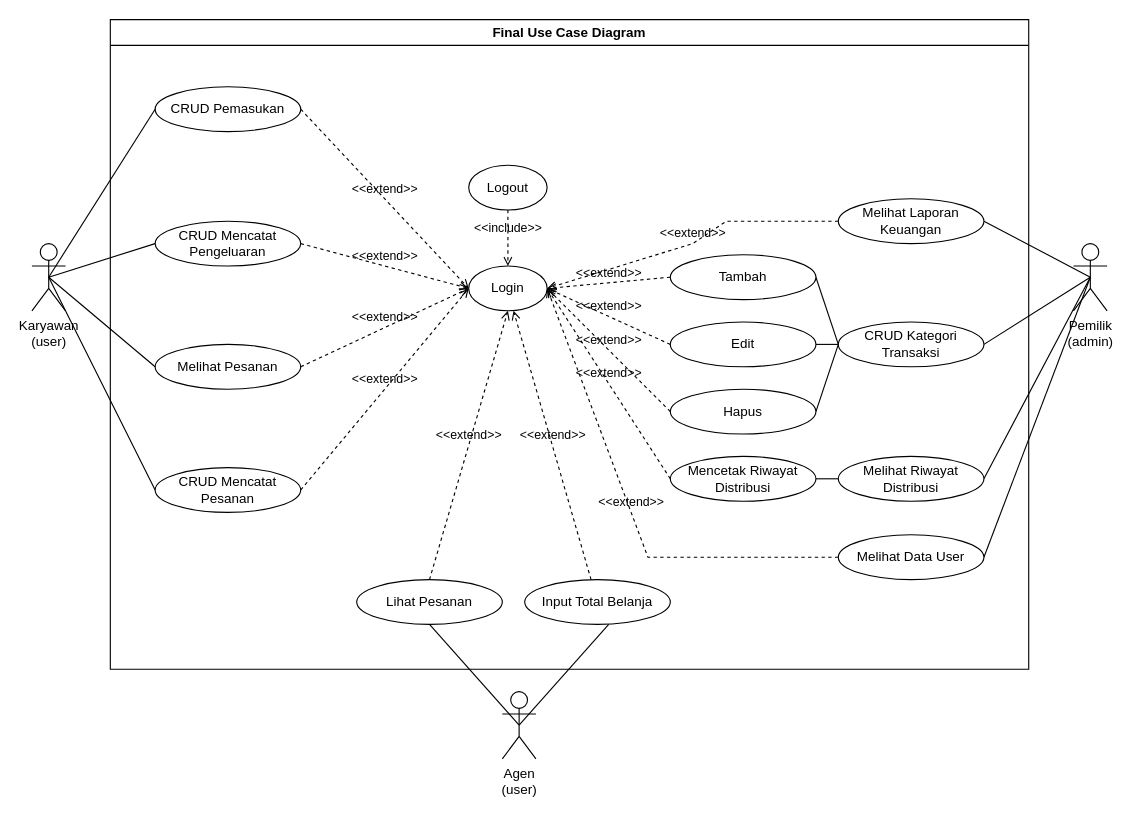
Before: page "use case final" (3 of 13) of Doc/UseCase/Feby-1.drawio in gustitriprayoga/sistem-umkm-feby, a draw.io diagram. Source tidied: cells renumbered, new cells numbered last; positions are measured from the earlier drawing's top-left corner, leaving out a move shared by most shapes. Both pictures are drawn from the tidied source at 112%, with x=0, y=0 at pixel (31, 19).
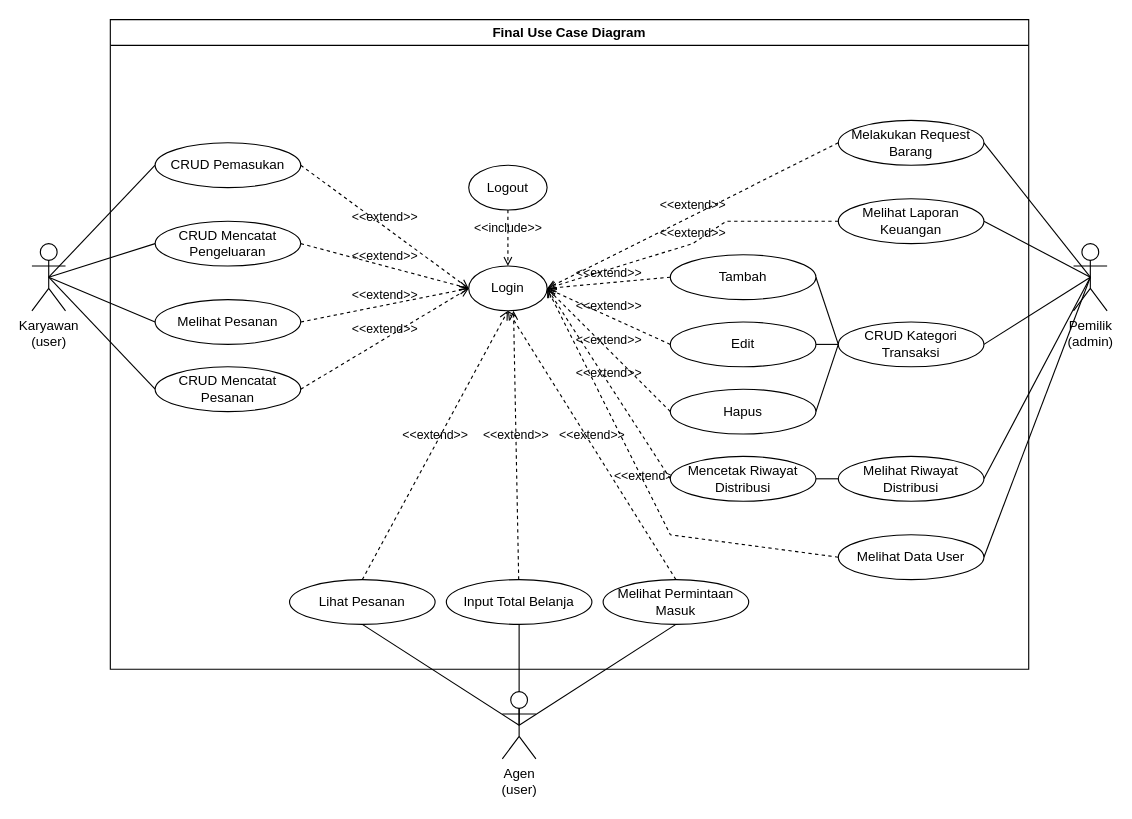
The same diagram, later.

The change refers to these unchanged cells:
```xml
<mxCell id="6" value="Pemilik&lt;div&gt;(admin)&lt;/div&gt;" style="shape=umlActor;verticalLabelPosition=bottom;verticalAlign=top;html=1;outlineConnect=0;" parent="1" vertex="1">
  <mxGeometry x="930" y="200" width="30" height="60" as="geometry" />
</mxCell>
<mxCell id="7" value="Login" style="ellipse;whiteSpace=wrap;html=1;" parent="1" vertex="1">
  <mxGeometry x="390" y="220" width="70" height="40" as="geometry" />
</mxCell>
<mxCell id="25" value="Melihat Data User" style="ellipse;whiteSpace=wrap;html=1;" parent="1" vertex="1">
  <mxGeometry x="720" y="460" width="130" height="40" as="geometry" />
</mxCell>
<mxCell id="28" value="Agen&lt;div&gt;(user)&lt;/div&gt;" style="shape=umlActor;verticalLabelPosition=bottom;verticalAlign=top;html=1;outlineConnect=0;" parent="1" vertex="1">
  <mxGeometry x="420" y="600" width="30" height="60" as="geometry" />
</mxCell>
<mxCell id="42" value="Final Use Case Diagram" style="swimlane;whiteSpace=wrap;html=1;" parent="1" vertex="1">
  <mxGeometry x="70" width="820" height="580" as="geometry" />
</mxCell>
```

Diff of the diagram source:
```diff
@@
+    <mxCell id="51" style="rounded=0;jettySize=auto;html=1;exitX=0.5;exitY=0.5;exitDx=0;exitDy=0;exitPerimeter=0;entryX=1;entryY=0.5;entryDx=0;entryDy=0;endArrow=none;startFill=0;" parent="1" edge="1" source="6" target="53">
+      <mxGeometry relative="1" as="geometry" />
+    </mxCell>
@@
-    <mxCell id="9" value="CRUD Pemasukan" style="ellipse;whiteSpace=wrap;html=1;" parent="1" vertex="1">
-      <mxGeometry x="110" y="60" width="130" height="40" as="geometry" />
-    </mxCell>
@@
-    <mxCell id="11" value="Melihat Pesanan" style="ellipse;whiteSpace=wrap;html=1;" parent="1" vertex="1">
-      <mxGeometry x="110" y="290" width="130" height="40" as="geometry" />
-    </mxCell>
-    <mxCell id="12" value="CRUD Mencatat Pesanan" style="ellipse;whiteSpace=wrap;html=1;" parent="1" vertex="1">
-      <mxGeometry x="110" y="400" width="130" height="40" as="geometry" />
-    </mxCell>
@@
-    <mxCell id="27" style="rounded=0;jettySize=auto;html=1;exitX=0.5;exitY=0.5;exitDx=0;exitDy=0;exitPerimeter=0;entryX=0.5;entryY=1;entryDx=0;entryDy=0;endArrow=none;startFill=0;" parent="1" edge="1" source="28">
-      <mxGeometry relative="1" as="geometry">
-        <mxPoint x="515" y="540" as="targetPoint" />
-      </mxGeometry>
+    <mxCell id="27" style="rounded=0;jettySize=auto;html=1;exitX=0.5;exitY=0.5;exitDx=0;exitDy=0;exitPerimeter=0;entryX=0.5;entryY=1;entryDx=0;entryDy=0;endArrow=none;startFill=0;" parent="1" edge="1" source="28" target="49">
+      <mxGeometry relative="1" as="geometry" />
     </mxCell>
+    <mxCell id="52" style="rounded=0;jettySize=auto;html=1;exitX=0.5;exitY=0.5;exitDx=0;exitDy=0;exitPerimeter=0;entryX=0.5;entryY=1;entryDx=0;entryDy=0;endArrow=none;startFill=0;" parent="1" edge="1" source="28" target="54">
+      <mxGeometry relative="1" as="geometry" />
+    </mxCell>
@@
     <mxCell id="40" value="&amp;lt;&amp;lt;extend&amp;gt;&amp;gt;" style="html=1;verticalAlign=bottom;labelBackgroundColor=none;endArrow=open;endFill=0;dashed=1;rounded=0;exitX=0;exitY=0.5;exitDx=0;exitDy=0;" parent="1" edge="1" source="25">
       <mxGeometry relative="1" as="geometry">
         <mxPoint x="460" y="240" as="targetPoint" />
         <Array as="points">
-          <mxPoint x="550" y="480" />
+          <mxPoint x="570" y="460" />
         </Array>
       </mxGeometry>
     </mxCell>
@@
     <mxCell id="49" value="Input Total Belanja" style="ellipse;whiteSpace=wrap;html=1;" parent="42" vertex="1">
-      <mxGeometry x="370" y="500" width="130" height="40" as="geometry" />
+      <mxGeometry x="300" y="500" width="130" height="40" as="geometry" />
     </mxCell>
     <mxCell id="50" value="Lihat Pesanan" style="ellipse;whiteSpace=wrap;html=1;" parent="42" vertex="1">
-      <mxGeometry x="220" y="500" width="130" height="40" as="geometry" />
+      <mxGeometry x="160" y="500" width="130" height="40" as="geometry" />
     </mxCell>
+    <mxCell id="9" value="CRUD Pemasukan" style="ellipse;whiteSpace=wrap;html=1;" parent="42" vertex="1">
+      <mxGeometry x="40" y="110" width="130" height="40" as="geometry" />
+    </mxCell>
+    <mxCell id="11" value="Melihat Pesanan" style="ellipse;whiteSpace=wrap;html=1;" parent="42" vertex="1">
+      <mxGeometry x="40" y="250" width="130" height="40" as="geometry" />
+    </mxCell>
+    <mxCell id="12" value="CRUD Mencatat Pesanan" style="ellipse;whiteSpace=wrap;html=1;" parent="42" vertex="1">
+      <mxGeometry x="40" y="310" width="130" height="40" as="geometry" />
+    </mxCell>
+    <mxCell id="53" value="Melakukan Request Barang" style="ellipse;whiteSpace=wrap;html=1;" parent="42" vertex="1">
+      <mxGeometry x="650" y="90" width="130" height="40" as="geometry" />
+    </mxCell>
+    <mxCell id="54" value="Melihat Permintaan Masuk" style="ellipse;whiteSpace=wrap;html=1;" parent="42" vertex="1">
+      <mxGeometry x="440" y="500" width="130" height="40" as="geometry" />
+    </mxCell>
+    <mxCell id="55" value="&amp;lt;&amp;lt;extend&amp;gt;&amp;gt;" style="html=1;verticalAlign=bottom;labelBackgroundColor=none;endArrow=open;endFill=0;dashed=1;rounded=0;entryX=0.5;entryY=1;entryDx=0;entryDy=0;exitX=0.5;exitY=0;exitDx=0;exitDy=0;" parent="1" edge="1" source="54" target="7">
+      <mxGeometry relative="1" as="geometry" />
+    </mxCell>
+    <mxCell id="56" value="&amp;lt;&amp;lt;extend&amp;gt;&amp;gt;" style="html=1;verticalAlign=bottom;labelBackgroundColor=none;endArrow=open;endFill=0;dashed=1;rounded=0;entryX=1;entryY=0.5;entryDx=0;entryDy=0;exitX=0;exitY=0.5;exitDx=0;exitDy=0;" parent="1" edge="1" source="53" target="7">
+      <mxGeometry relative="1" as="geometry" />
+    </mxCell>
```
